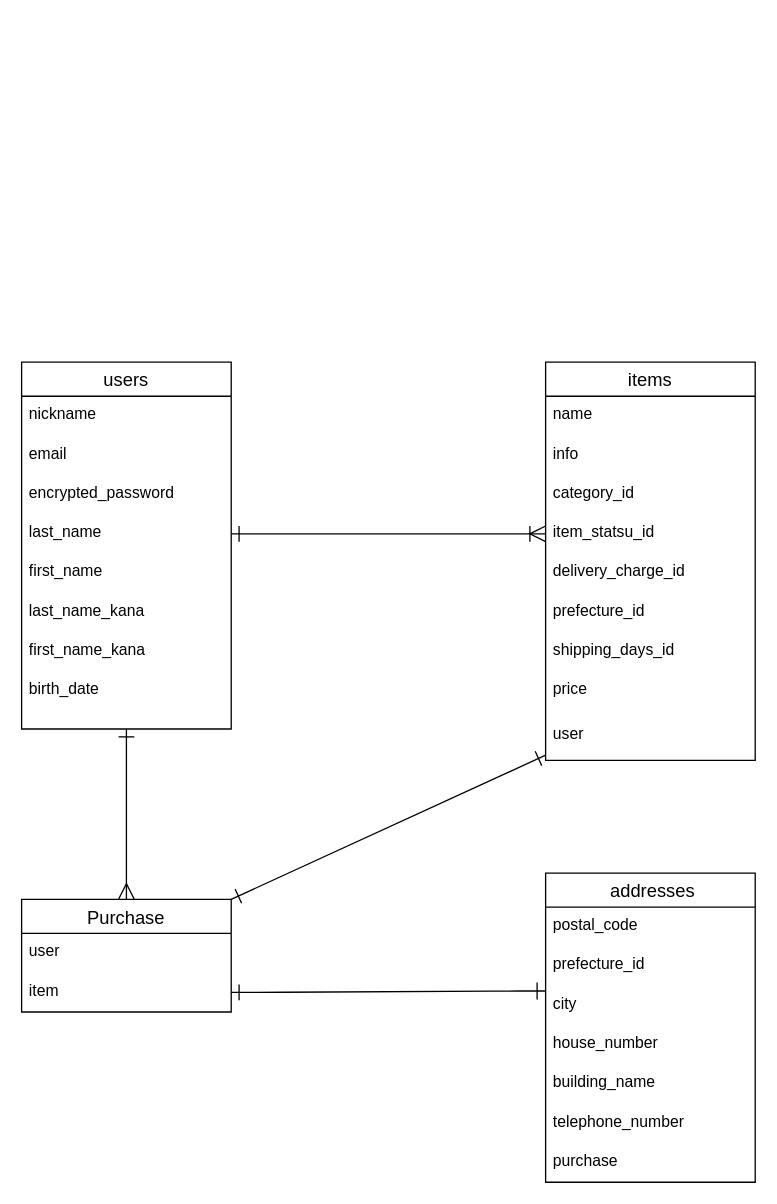
Earlier version of the draw.io diagram furima.dio (seedsat/furima-35823). Source tidied: cells renumbered, new cells numbered last; positions are measured from the earlier drawing's top-left corner, leaving out a move shared by most shapes. Both pictures are drawn from the tidied source at 131%, with x=0, y=0 at pixel (21, 362).
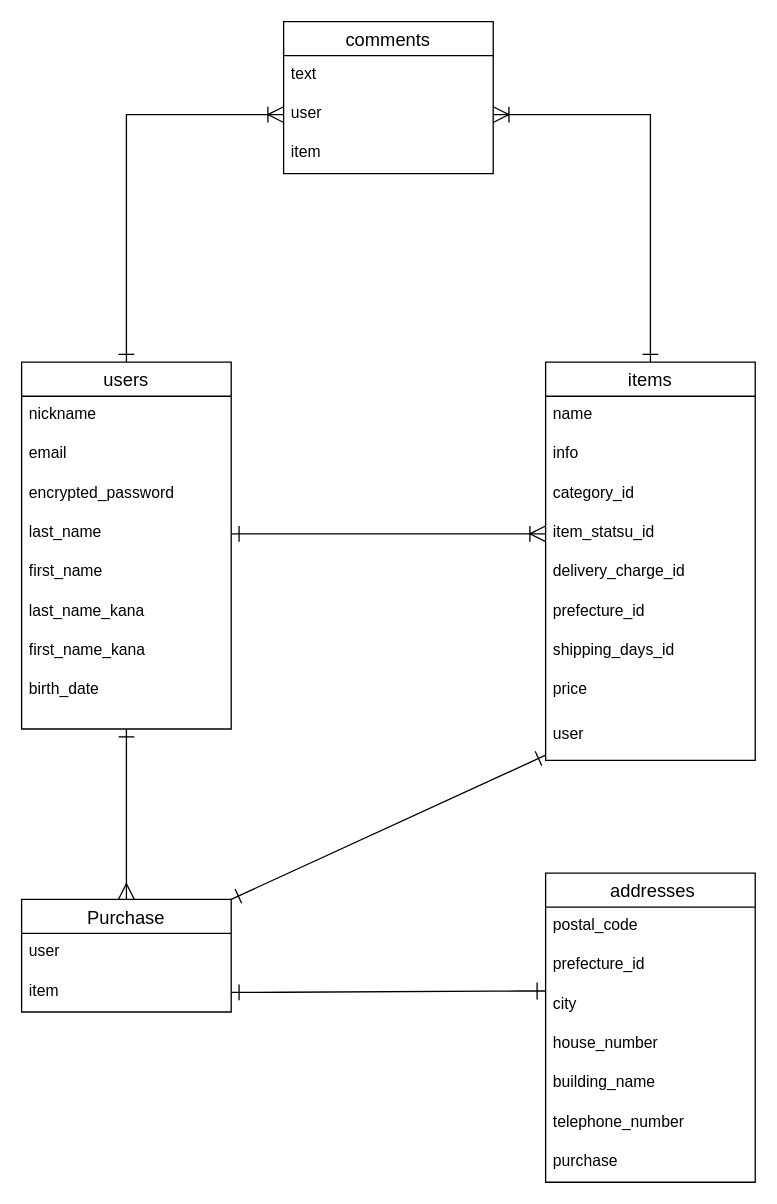
Above is the later version.

The change refers to these unchanged cells:
```xml
<mxCell id="2" value="users" style="swimlane;fontStyle=0;horizontal=1;startSize=26;align=center;fontSize=14;" parent="1" vertex="1">
  <mxGeometry width="160" height="280" as="geometry" />
</mxCell>
<mxCell id="12" value="items" style="swimlane;fontStyle=0;horizontal=1;startSize=26;align=center;fontSize=14;" parent="1" vertex="1">
  <mxGeometry x="400" width="160" height="304" as="geometry" />
</mxCell>
```

The edit, as a diff of the source:
```diff
@@
+    <mxCell id="36" style="edgeStyle=orthogonalEdgeStyle;rounded=0;jettySize=auto;html=1;endArrow=ERoneToMany;endFill=0;startArrow=ERone;startFill=0;endSize=10;startSize=10;" parent="1" edge="1" source="2" target="40">
+      <mxGeometry relative="1" as="geometry" />
+    </mxCell>
@@
+    <mxCell id="37" style="edgeStyle=orthogonalEdgeStyle;rounded=0;jettySize=auto;html=1;startArrow=ERone;startFill=0;startSize=10;endArrow=ERoneToMany;endFill=0;endSize=10;" parent="1" edge="1" source="12" target="40">
+      <mxGeometry relative="1" as="geometry" />
+    </mxCell>
@@
+    <mxCell id="38" value="comments" style="swimlane;fontStyle=0;horizontal=1;startSize=26;align=center;fontSize=14;" parent="1" vertex="1">
+      <mxGeometry x="200" y="-260" width="160" height="116" as="geometry" />
+    </mxCell>
+    <mxCell id="39" value="text" style="text;strokeColor=none;fillColor=none;spacingLeft=4;spacingRight=4;overflow=hidden;fontSize=12;" parent="38" vertex="1">
+      <mxGeometry y="26" width="160" height="30" as="geometry" />
+    </mxCell>
+    <mxCell id="40" value="user" style="text;strokeColor=none;fillColor=none;spacingLeft=4;spacingRight=4;overflow=hidden;points=[[0,0.5],[1,0.5]];portConstraint=eastwest;fontSize=12;" parent="38" vertex="1">
+      <mxGeometry y="56" width="160" height="30" as="geometry" />
+    </mxCell>
+    <mxCell id="41" value="item" style="text;strokeColor=none;fillColor=none;spacingLeft=4;spacingRight=4;overflow=hidden;fontSize=12;" parent="38" vertex="1">
+      <mxGeometry y="86" width="160" height="30" as="geometry" />
+    </mxCell>
```
